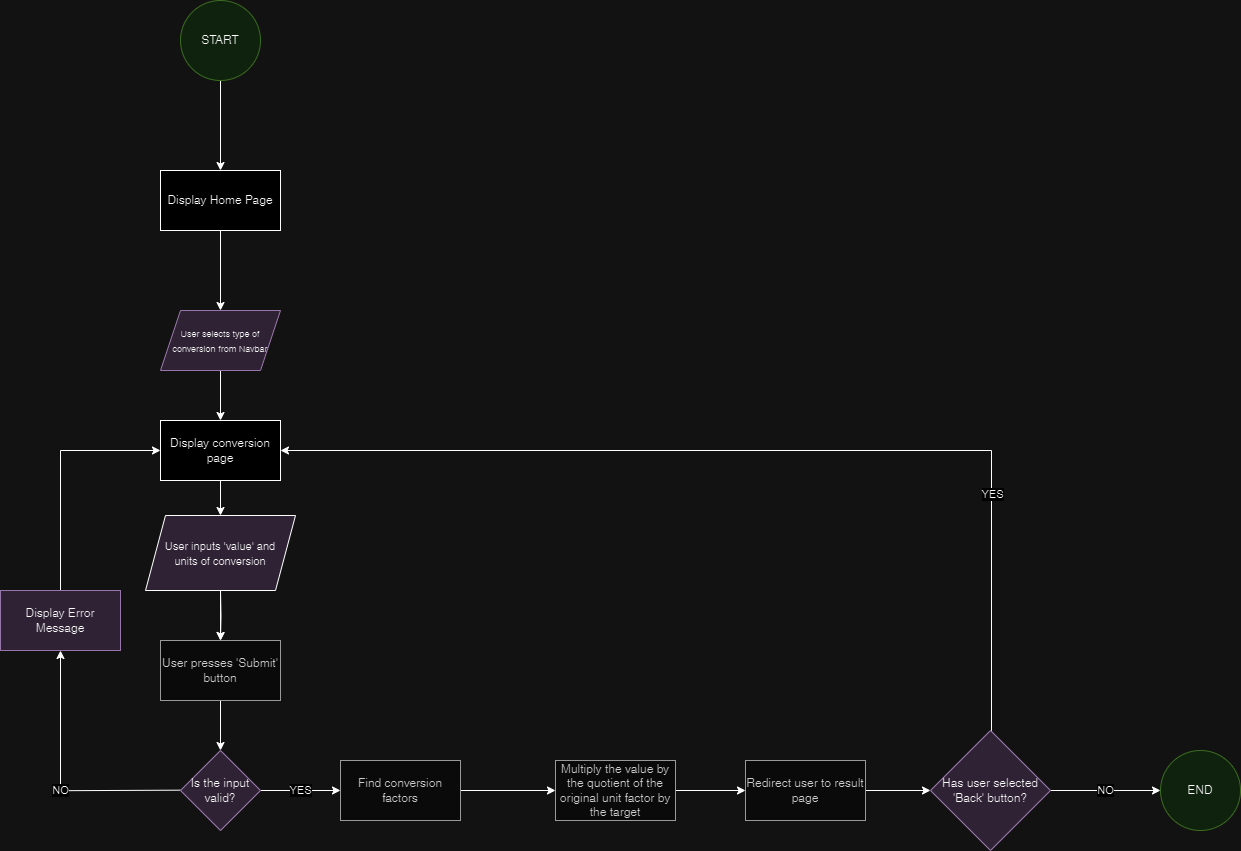
MichelePipi/flask-unit-converter-project keeps this draw.io diagram as Activity Chart.png. Above is the earlier version. Source tidied: cells renumbered, new cells last; positions are measured from the earlier drawing's top-left corner, leaving out a move shared by most shapes. Its diagram source:
```xml
<mxGraphModel>
  <root>
    <mxCell id="0" />
    <mxCell id="1" parent="0" />
    <mxCell id="2" style="edgeStyle=none;html=1;" parent="1" edge="1" source="3" target="5">
      <mxGeometry relative="1" as="geometry" />
    </mxCell>
    <mxCell id="3" value="START" style="ellipse;whiteSpace=wrap;html=1;fillColor=#d5e8d4;strokeColor=#82b366;" parent="1" vertex="1">
      <mxGeometry x="180" width="80" height="80" as="geometry" />
    </mxCell>
    <mxCell id="4" style="edgeStyle=none;html=1;" parent="1" edge="1" source="5" target="7">
      <mxGeometry relative="1" as="geometry" />
    </mxCell>
    <mxCell id="5" value="&lt;font style=&quot;font-size: 12px;&quot;&gt;Display Home Page&lt;/font&gt;" style="whiteSpace=wrap;html=1;" parent="1" vertex="1">
      <mxGeometry x="160" y="170" width="120" height="60" as="geometry" />
    </mxCell>
    <mxCell id="6" style="edgeStyle=orthogonalEdgeStyle;rounded=0;jettySize=auto;html=1;" parent="1" edge="1" source="7" target="25">
      <mxGeometry relative="1" as="geometry" />
    </mxCell>
    <mxCell id="7" value="&lt;font style=&quot;font-size: 9px;&quot; color=&quot;#000000&quot;&gt;User selects type of conversion from Navbar&lt;/font&gt;" style="shape=parallelogram;perimeter=parallelogramPerimeter;whiteSpace=wrap;html=1;fixedSize=1;fillColor=#e1d5e7;strokeColor=#9673a6;" parent="1" vertex="1">
      <mxGeometry x="160" y="310" width="120" height="60" as="geometry" />
    </mxCell>
    <mxCell id="8" style="edgeStyle=orthogonalEdgeStyle;rounded=0;jettySize=auto;html=1;" parent="1" edge="1" target="27">
      <mxGeometry relative="1" as="geometry">
        <mxPoint x="220" y="590" as="sourcePoint" />
      </mxGeometry>
    </mxCell>
    <mxCell id="9" style="edgeStyle=orthogonalEdgeStyle;rounded=0;jettySize=auto;html=1;" parent="1" edge="1" source="10" target="15">
      <mxGeometry relative="1" as="geometry" />
    </mxCell>
    <mxCell id="10" value="Find conversion factors" style="whiteSpace=wrap;html=1;fillColor=#f5f5f5;strokeColor=#666666;fontColor=#333333;" parent="1" vertex="1">
      <mxGeometry x="340" y="760" width="120" height="60" as="geometry" />
    </mxCell>
    <mxCell id="11" value="YES" style="edgeStyle=orthogonalEdgeStyle;rounded=0;jettySize=auto;html=1;" parent="1" edge="1" source="13" target="10">
      <mxGeometry relative="1" as="geometry" />
    </mxCell>
    <mxCell id="12" value="NO" style="edgeStyle=orthogonalEdgeStyle;rounded=0;jettySize=auto;html=1;" parent="1" edge="1" target="23">
      <mxGeometry x="-0.08" relative="1" as="geometry">
        <mxPoint x="180" y="789.7" as="sourcePoint" />
      </mxGeometry>
    </mxCell>
    <mxCell id="13" value="Is the input valid?" style="rhombus;whiteSpace=wrap;html=1;fillColor=#e1d5e7;strokeColor=#9673a6;" parent="1" vertex="1">
      <mxGeometry x="180" y="750" width="80" height="80" as="geometry" />
    </mxCell>
    <mxCell id="14" style="edgeStyle=orthogonalEdgeStyle;rounded=0;jettySize=auto;html=1;" parent="1" edge="1" source="15" target="17">
      <mxGeometry relative="1" as="geometry" />
    </mxCell>
    <mxCell id="15" value="Multiply the value by the quotient of the original unit factor by the target" style="whiteSpace=wrap;html=1;fillColor=#f5f5f5;strokeColor=#666666;fontColor=#333333;" parent="1" vertex="1">
      <mxGeometry x="555" y="760" width="120" height="60" as="geometry" />
    </mxCell>
    <mxCell id="16" style="edgeStyle=orthogonalEdgeStyle;rounded=0;jettySize=auto;html=1;" parent="1" edge="1" source="17" target="20">
      <mxGeometry relative="1" as="geometry" />
    </mxCell>
    <mxCell id="17" value="Redirect user to result page" style="whiteSpace=wrap;html=1;fillColor=#f5f5f5;strokeColor=#666666;fontColor=#333333;" parent="1" vertex="1">
      <mxGeometry x="745" y="760" width="120" height="60" as="geometry" />
    </mxCell>
    <mxCell id="18" value="NO" style="edgeStyle=orthogonalEdgeStyle;rounded=0;jettySize=auto;html=1;" parent="1" edge="1" source="20" target="21">
      <mxGeometry relative="1" as="geometry" />
    </mxCell>
    <mxCell id="19" value="YES" style="edgeStyle=orthogonalEdgeStyle;rounded=0;jettySize=auto;html=1;entryX=1;entryY=0.5;entryDx=0;entryDy=0;" parent="1" edge="1" source="20" target="25">
      <mxGeometry x="-0.52" y="-1" relative="1" as="geometry">
        <Array as="points">
          <mxPoint x="991" y="450" />
        </Array>
      </mxGeometry>
    </mxCell>
    <mxCell id="20" value="Has user selected 'Back' button?" style="rhombus;whiteSpace=wrap;html=1;fillColor=#e1d5e7;strokeColor=#9673a6;" parent="1" vertex="1">
      <mxGeometry x="930" y="730" width="120" height="120" as="geometry" />
    </mxCell>
    <mxCell id="21" value="END" style="ellipse;whiteSpace=wrap;html=1;fillColor=#d5e8d4;strokeColor=#82b366;" parent="1" vertex="1">
      <mxGeometry x="1160" y="750" width="80" height="80" as="geometry" />
    </mxCell>
    <mxCell id="22" style="edgeStyle=orthogonalEdgeStyle;rounded=0;jettySize=auto;html=1;entryX=0;entryY=0.5;entryDx=0;entryDy=0;" parent="1" edge="1" source="23" target="25">
      <mxGeometry relative="1" as="geometry">
        <Array as="points">
          <mxPoint x="60" y="450" />
        </Array>
      </mxGeometry>
    </mxCell>
    <mxCell id="23" value="Display Error Message" style="whiteSpace=wrap;html=1;fillColor=#e1d5e7;strokeColor=#9673a6;" parent="1" vertex="1">
      <mxGeometry y="590" width="120" height="60" as="geometry" />
    </mxCell>
    <mxCell id="24" style="edgeStyle=orthogonalEdgeStyle;rounded=0;jettySize=auto;html=1;" parent="1" edge="1" source="25" target="29">
      <mxGeometry relative="1" as="geometry" />
    </mxCell>
    <mxCell id="25" value="Display conversion page" style="rounded=0;whiteSpace=wrap;html=1;" parent="1" vertex="1">
      <mxGeometry x="160" y="420" width="120" height="60" as="geometry" />
    </mxCell>
    <mxCell id="26" style="edgeStyle=orthogonalEdgeStyle;rounded=0;jettySize=auto;html=1;" parent="1" edge="1" source="27" target="13">
      <mxGeometry relative="1" as="geometry" />
    </mxCell>
    <mxCell id="27" value="User presses 'Submit' button" style="whiteSpace=wrap;html=1;fillColor=#f5f5f5;strokeColor=#666666;fontColor=#333333;" parent="1" vertex="1">
      <mxGeometry x="160" y="640" width="120" height="60" as="geometry" />
    </mxCell>
    <mxCell id="28" style="edgeStyle=orthogonalEdgeStyle;rounded=0;jettySize=auto;html=1;" parent="1" edge="1" source="29" target="27">
      <mxGeometry relative="1" as="geometry" />
    </mxCell>
    <mxCell id="29" value="&lt;font style=&quot;font-size: 11px;&quot;&gt;User inputs 'value' and &lt;br&gt;units of conversion&lt;/font&gt;" style="shape=parallelogram;perimeter=parallelogramPerimeter;whiteSpace=wrap;html=1;fixedSize=1;rounded=0;fillColor=#E1D5E7;" parent="1" vertex="1">
      <mxGeometry x="145" y="515" width="150" height="75" as="geometry" />
    </mxCell>
  </root>
</mxGraphModel>
```
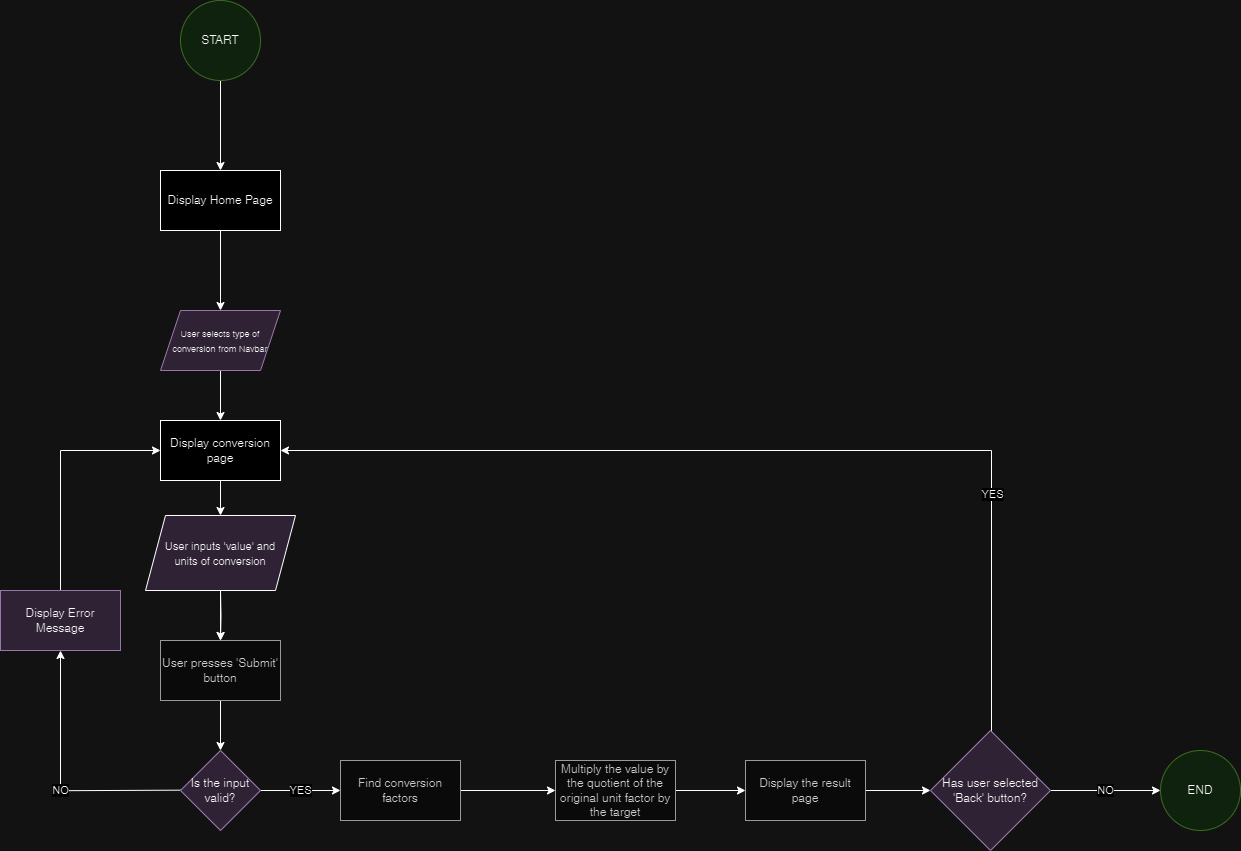
After the commit.

Change to the diagram source:
```diff
@@ -51,7 +51,7 @@
     <mxCell id="16" style="edgeStyle=orthogonalEdgeStyle;rounded=0;jettySize=auto;html=1;" parent="1" edge="1" source="17" target="20">
       <mxGeometry relative="1" as="geometry" />
     </mxCell>
-    <mxCell id="17" value="Redirect user to result page" style="whiteSpace=wrap;html=1;fillColor=#f5f5f5;strokeColor=#666666;fontColor=#333333;" parent="1" vertex="1">
+    <mxCell id="17" value="Display the result page" style="whiteSpace=wrap;html=1;fillColor=#f5f5f5;strokeColor=#666666;fontColor=#333333;" parent="1" vertex="1">
       <mxGeometry x="745" y="760" width="120" height="60" as="geometry" />
     </mxCell>
     <mxCell id="18" value="NO" style="edgeStyle=orthogonalEdgeStyle;rounded=0;jettySize=auto;html=1;" parent="1" edge="1" source="20" target="21">
```
